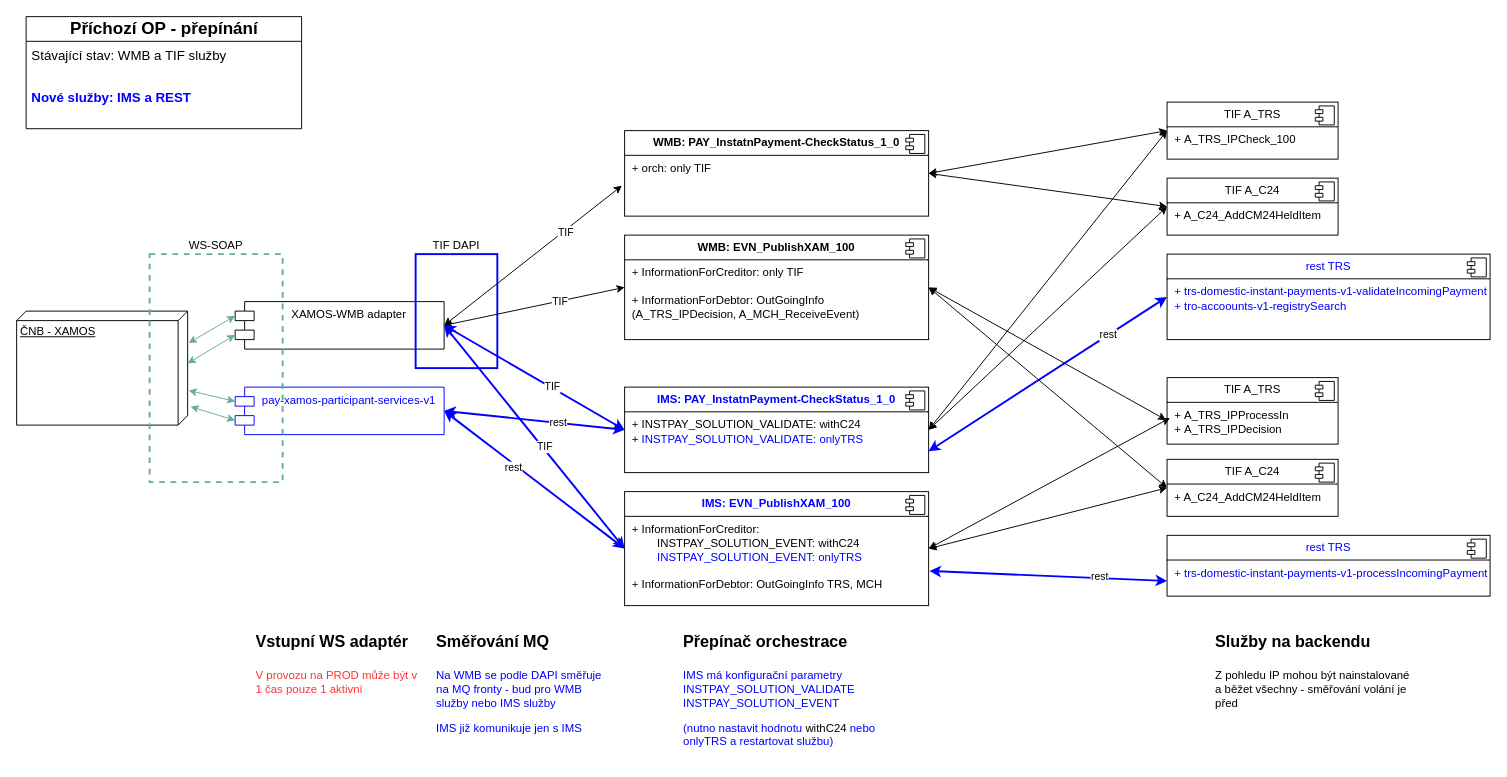
Before: InstantPayment.drawio in MichalHasekRB/my-Diagrams, a draw.io diagram. Source tidied: cells renumbered, new cells numbered last; positions are measured from the earlier drawing's top-left corner, leaving out a move shared by most shapes. Both pictures are drawn from the tidied source at 95%, with x=0, y=0 at pixel (16, 16).
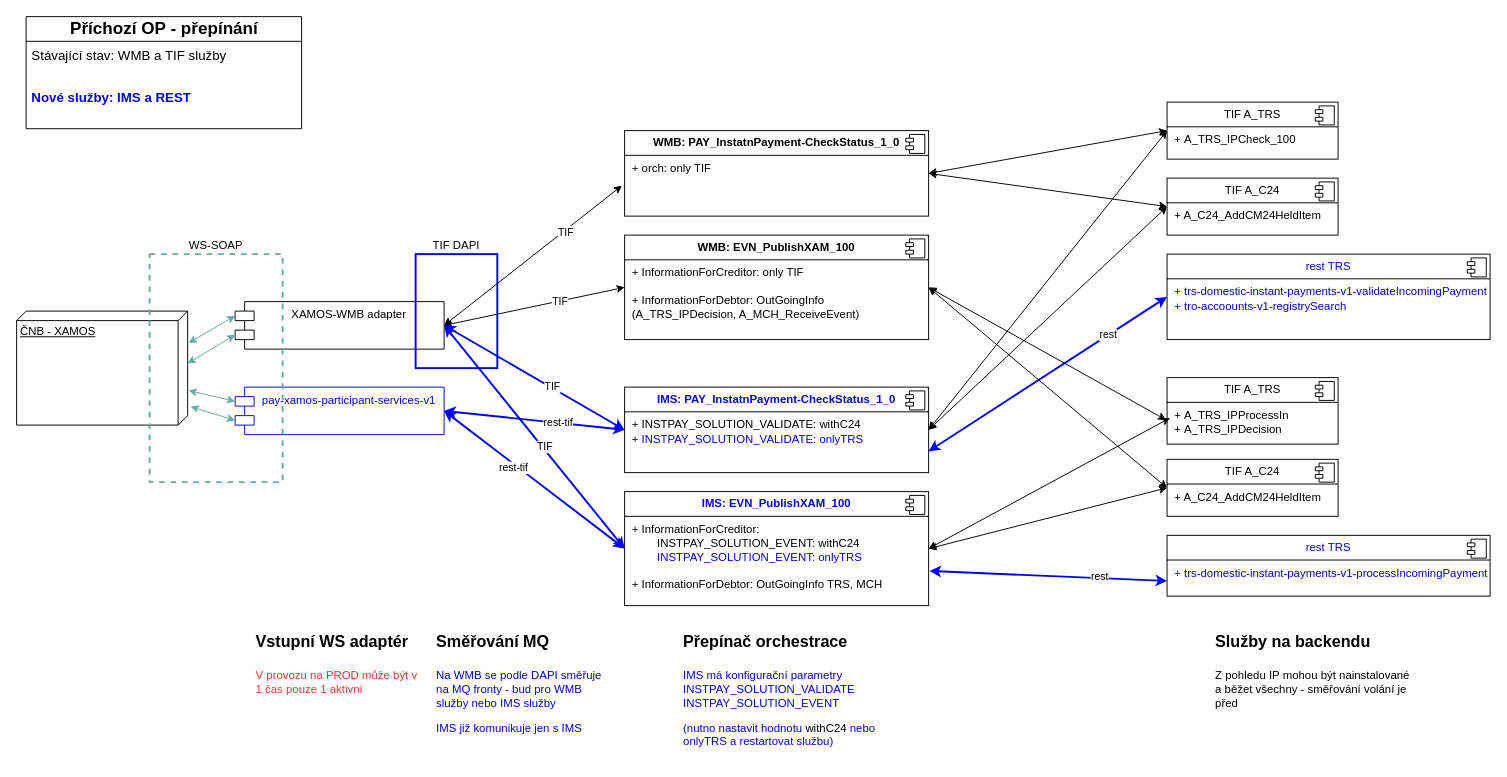
Above is the later version.

Unchanged cells that the change refers to:
```xml
<mxCell id="48" style="endArrow=classic;startArrow=classic;html=1;rounded=0;entryX=0;entryY=0.5;entryDx=0;entryDy=0;exitX=1;exitY=0.5;exitDx=0;exitDy=0;strokeColor=#0000FF;strokeWidth=2;" parent="1" edge="1" source="3" target="15">
  <mxGeometry relative="1" as="geometry" />
</mxCell>
<mxCell id="50" style="endArrow=classic;startArrow=classic;html=1;rounded=0;entryX=0;entryY=0.5;entryDx=0;entryDy=0;exitX=1;exitY=0.5;exitDx=0;exitDy=0;strokeColor=#0000FF;strokeWidth=2;" parent="1" edge="1" source="3" target="17">
  <mxGeometry relative="1" as="geometry" />
</mxCell>
```

What changed in the source:
```diff
@@
-    <mxCell id="49" value="rest" style="edgeLabel;html=1;align=center;verticalAlign=middle;" parent="48" vertex="1">
+    <mxCell id="49" value="rest-tif" style="edgeLabel;html=1;align=center;verticalAlign=middle;" parent="48" vertex="1">
       <mxGeometry x="-0.21" y="-3" relative="1" as="geometry" />
     </mxCell>
@@
-    <mxCell id="51" value="rest" style="edgeLabel;html=1;align=center;verticalAlign=middle;" parent="50" vertex="1">
+    <mxCell id="51" value="rest-tif" style="edgeLabel;html=1;align=center;verticalAlign=middle;" parent="50" vertex="1">
       <mxGeometry x="0.25" y="1" relative="1" as="geometry">
         <mxPoint x="1" as="offset" />
       </mxGeometry>
     </mxCell>
```
